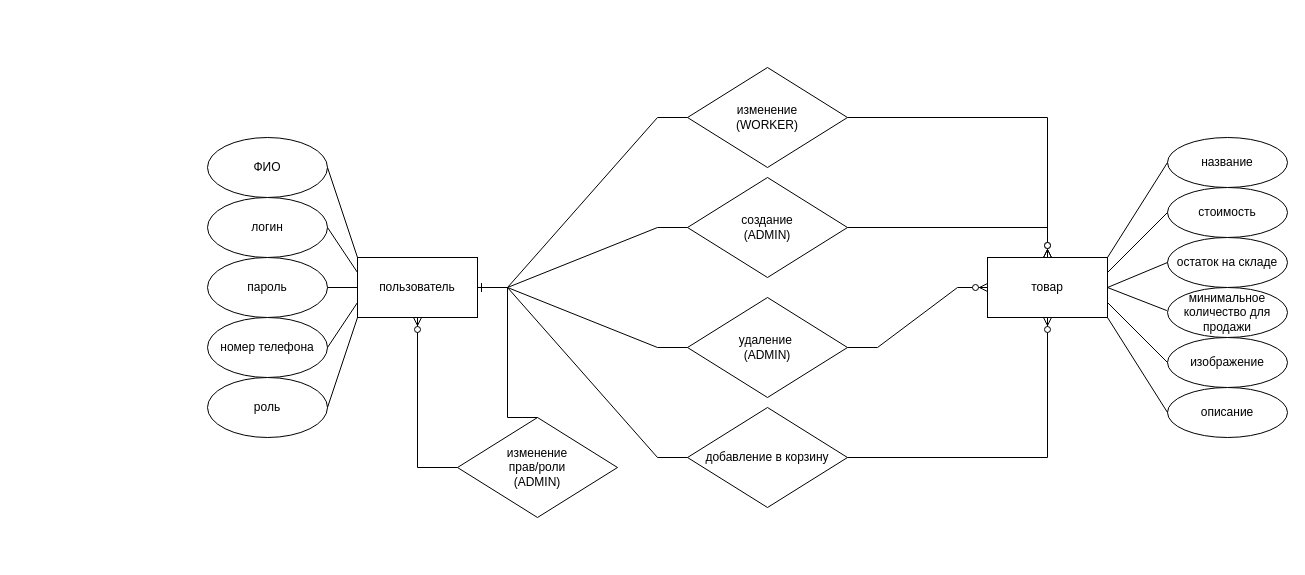
The draw.io diagram Сетевое_программирование/5_Диаграммы/er-диаграмма.drawio in gmorong/Sneaker_Shop, before the edit. Source tidied: cells renumbered, new cells numbered last; positions are measured from the earlier drawing's top-left corner, leaving out a move shared by most shapes. Both pictures are drawn from the tidied source at 100%, with x=0, y=0 at pixel (207, 67).
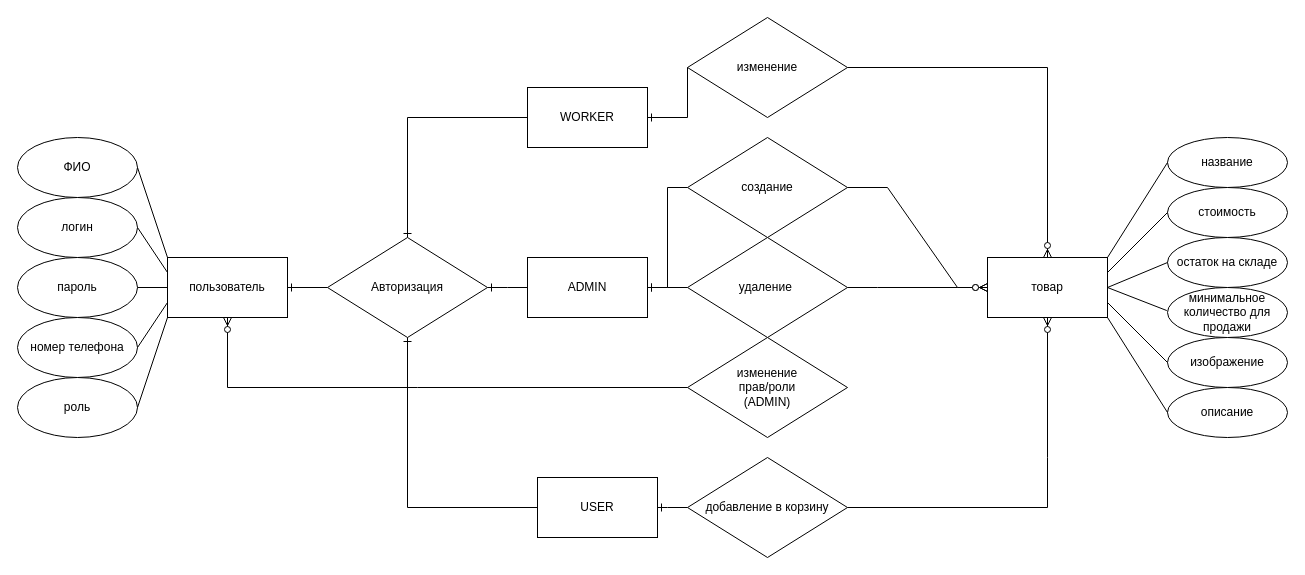
The same diagram, later.

The change refers to these unchanged cells:
```xml
<mxCell id="9" value="товар" style="rounded=0;whiteSpace=wrap;html=1;" parent="1" vertex="1">
  <mxGeometry x="780" y="190" width="120" height="60" as="geometry" />
</mxCell>
```

Diff of the diagram source:
```diff
@@
-    <mxCell id="2" value="изменение&lt;div&gt;(WORKER)&lt;/div&gt;" style="rhombus;whiteSpace=wrap;html=1;" parent="1" vertex="1">
-      <mxGeometry x="480" width="160" height="100" as="geometry" />
+    <mxCell id="2" value="изменение" style="rhombus;whiteSpace=wrap;html=1;" parent="1" vertex="1">
+      <mxGeometry x="480" y="-50" width="160" height="100" as="geometry" />
     </mxCell>
     <mxCell id="3" value="пользователь" style="rounded=0;whiteSpace=wrap;html=1;" parent="1" vertex="1">
-      <mxGeometry x="150" y="190" width="120" height="60" as="geometry" />
+      <mxGeometry x="-40" y="190" width="120" height="60" as="geometry" />
     </mxCell>
     <mxCell id="4" value="ФИО" style="ellipse;whiteSpace=wrap;html=1;" parent="1" vertex="1">
-      <mxGeometry y="70" width="120" height="60" as="geometry" />
+      <mxGeometry x="-190" y="70" width="120" height="60" as="geometry" />
     </mxCell>
     <mxCell id="5" value="логин" style="ellipse;whiteSpace=wrap;html=1;" parent="1" vertex="1">
-      <mxGeometry y="130" width="120" height="60" as="geometry" />
+      <mxGeometry x="-190" y="130" width="120" height="60" as="geometry" />
     </mxCell>
     <mxCell id="6" value="пароль" style="ellipse;whiteSpace=wrap;html=1;" parent="1" vertex="1">
-      <mxGeometry y="190" width="120" height="60" as="geometry" />
+      <mxGeometry x="-190" y="190" width="120" height="60" as="geometry" />
     </mxCell>
     <mxCell id="7" value="номер телефона" style="ellipse;whiteSpace=wrap;html=1;" parent="1" vertex="1">
-      <mxGeometry y="250" width="120" height="60" as="geometry" />
+      <mxGeometry x="-190" y="250" width="120" height="60" as="geometry" />
     </mxCell>
     <mxCell id="8" value="роль" style="ellipse;whiteSpace=wrap;html=1;" parent="1" vertex="1">
-      <mxGeometry y="310" width="120" height="60" as="geometry" />
+      <mxGeometry x="-190" y="310" width="120" height="60" as="geometry" />
     </mxCell>
@@
-    <mxCell id="21" style="edgeStyle=entityRelationEdgeStyle;fontSize=12;html=1;endArrow=ERone;endFill=1;rounded=0;entryX=1;entryY=0.5;entryDx=0;entryDy=0;exitX=0;exitY=0.5;exitDx=0;exitDy=0;" parent="1" edge="1" source="2" target="3">
-      <mxGeometry relative="1" as="geometry" />
+    <mxCell id="21" style="edgeStyle=orthogonalEdgeStyle;fontSize=12;html=1;endArrow=ERone;endFill=1;rounded=0;entryX=1;entryY=0.5;entryDx=0;entryDy=0;exitX=0;exitY=0.5;exitDx=0;exitDy=0;" parent="1" edge="1" source="2" target="44">
+      <mxGeometry relative="1" as="geometry">
+        <Array as="points">
+          <mxPoint x="480" y="50" />
+        </Array>
+      </mxGeometry>
     </mxCell>
@@
-    <mxCell id="28" value="создание&lt;div&gt;(ADMIN)&lt;/div&gt;" style="rhombus;whiteSpace=wrap;html=1;" parent="1" vertex="1">
-      <mxGeometry x="480" y="110" width="160" height="100" as="geometry" />
+    <mxCell id="28" value="создание" style="rhombus;whiteSpace=wrap;html=1;" parent="1" vertex="1">
+      <mxGeometry x="480" y="70" width="160" height="100" as="geometry" />
     </mxCell>
-    <mxCell id="29" value="удаление&amp;nbsp;&lt;div&gt;(ADMIN)&lt;/div&gt;" style="rhombus;whiteSpace=wrap;html=1;" parent="1" vertex="1">
-      <mxGeometry x="480" y="230" width="160" height="100" as="geometry" />
+    <mxCell id="29" value="удаление&amp;nbsp;" style="rhombus;whiteSpace=wrap;html=1;" parent="1" vertex="1">
+      <mxGeometry x="480" y="170" width="160" height="100" as="geometry" />
     </mxCell>
-    <mxCell id="30" style="edgeStyle=entityRelationEdgeStyle;fontSize=12;html=1;endArrow=ERone;endFill=1;rounded=0;exitX=0;exitY=0.5;exitDx=0;exitDy=0;" parent="1" edge="1" source="28" target="3">
-      <mxGeometry relative="1" as="geometry" />
-    </mxCell>
-    <mxCell id="31" style="edgeStyle=entityRelationEdgeStyle;fontSize=12;html=1;endArrow=ERone;endFill=1;rounded=0;" parent="1" edge="1" source="29" target="3">
-      <mxGeometry relative="1" as="geometry">
-        <Array as="points">
-          <mxPoint x="510" y="330" />
-          <mxPoint x="480" y="330" />
-          <mxPoint x="230" y="320" />
-        </Array>
-      </mxGeometry>
-    </mxCell>
     <mxCell id="32" value="изменение&lt;div&gt;прав/&lt;span style=&quot;background-color: initial;&quot;&gt;роли&lt;/span&gt;&lt;div&gt;(ADMIN)&lt;/div&gt;&lt;/div&gt;" style="rhombus;whiteSpace=wrap;html=1;" parent="1" vertex="1">
-      <mxGeometry x="250" y="350" width="160" height="100" as="geometry" />
+      <mxGeometry x="480" y="270" width="160" height="100" as="geometry" />
     </mxCell>
-    <mxCell id="33" style="edgeStyle=entityRelationEdgeStyle;fontSize=12;html=1;endArrow=ERone;endFill=1;rounded=0;exitX=0.5;exitY=0;exitDx=0;exitDy=0;" parent="1" edge="1" source="32" target="3">
-      <mxGeometry relative="1" as="geometry">
-        <Array as="points">
-          <mxPoint x="530" y="400" />
-          <mxPoint x="500" y="400" />
-          <mxPoint x="250" y="390" />
-        </Array>
-      </mxGeometry>
-    </mxCell>
-    <mxCell id="34" style="fontSize=12;html=1;endArrow=ERzeroToMany;endFill=1;rounded=0;exitX=0;exitY=0.5;exitDx=0;exitDy=0;entryX=0.5;entryY=1;entryDx=0;entryDy=0;" parent="1" edge="1" source="32" target="3">
-      <mxGeometry relative="1" as="geometry">
-        <Array as="points">
-          <mxPoint x="210" y="400" />
-        </Array>
-      </mxGeometry>
-    </mxCell>
     <mxCell id="35" value="добавление в корзину" style="rhombus;whiteSpace=wrap;html=1;" parent="1" vertex="1">
-      <mxGeometry x="480" y="340" width="160" height="100" as="geometry" />
+      <mxGeometry x="480" y="390" width="160" height="100" as="geometry" />
     </mxCell>
-    <mxCell id="36" style="edgeStyle=entityRelationEdgeStyle;fontSize=12;html=1;endArrow=ERone;endFill=1;rounded=0;exitX=0;exitY=0.5;exitDx=0;exitDy=0;" parent="1" edge="1" source="35" target="3">
-      <mxGeometry relative="1" as="geometry">
-        <Array as="points">
-          <mxPoint x="520" y="340" />
-          <mxPoint x="490" y="340" />
-          <mxPoint x="240" y="330" />
-        </Array>
-      </mxGeometry>
-    </mxCell>
     <mxCell id="37" style="fontSize=12;html=1;endArrow=ERzeroToMany;endFill=1;rounded=0;entryX=0.5;entryY=1;entryDx=0;entryDy=0;exitX=1;exitY=0.5;exitDx=0;exitDy=0;" parent="1" edge="1" source="35" target="9">
       <mxGeometry relative="1" as="geometry">
         <Array as="points">
+          <mxPoint x="840" y="440" />
           <mxPoint x="840" y="390" />
         </Array>
       </mxGeometry>
     </mxCell>
-    <mxCell id="38" style="fontSize=12;html=1;endArrow=ERzeroToMany;endFill=1;rounded=0;entryX=0.5;entryY=0;entryDx=0;entryDy=0;exitX=1;exitY=0.5;exitDx=0;exitDy=0;" parent="1" edge="1" target="9">
+    <mxCell id="38" style="fontSize=12;html=1;endArrow=ERzeroToMany;endFill=1;rounded=0;entryX=0.5;entryY=0;entryDx=0;entryDy=0;exitX=1;exitY=0.5;exitDx=0;exitDy=0;" parent="1" edge="1" source="2" target="9">
       <mxGeometry relative="1" as="geometry">
-        <mxPoint x="640" y="50" as="sourcePoint" />
         <Array as="points">
-          <mxPoint x="840" y="50" />
+          <mxPoint x="840" />
         </Array>
       </mxGeometry>
     </mxCell>
-    <mxCell id="39" style="fontSize=12;html=1;endArrow=ERzeroToMany;endFill=1;rounded=0;exitX=1;exitY=0.5;exitDx=0;exitDy=0;" parent="1" edge="1" target="9">
+    <mxCell id="39" style="fontSize=12;html=1;endArrow=ERzeroToMany;endFill=1;rounded=0;exitX=1;exitY=0.5;exitDx=0;exitDy=0;entryX=0;entryY=0.5;entryDx=0;entryDy=0;" parent="1" edge="1" source="28" target="9">
       <mxGeometry relative="1" as="geometry">
-        <mxPoint x="640" y="160" as="sourcePoint" />
         <Array as="points">
-          <mxPoint x="840" y="160" />
+          <mxPoint x="680" y="120" />
+          <mxPoint x="750" y="220" />
         </Array>
       </mxGeometry>
     </mxCell>
@@
+    <mxCell id="41" value="Авторизация" style="rhombus;whiteSpace=wrap;html=1;" parent="1" vertex="1">
+      <mxGeometry x="120" y="170" width="160" height="100" as="geometry" />
+    </mxCell>
+    <mxCell id="42" value="USER" style="rounded=0;whiteSpace=wrap;html=1;" parent="1" vertex="1">
+      <mxGeometry x="330" y="410" width="120" height="60" as="geometry" />
+    </mxCell>
+    <mxCell id="43" value="ADMIN" style="rounded=0;whiteSpace=wrap;html=1;" parent="1" vertex="1">
+      <mxGeometry x="320" y="190" width="120" height="60" as="geometry" />
+    </mxCell>
+    <mxCell id="44" value="WORKER" style="rounded=0;whiteSpace=wrap;html=1;" parent="1" vertex="1">
+      <mxGeometry x="320" y="20" width="120" height="60" as="geometry" />
+    </mxCell>
+    <mxCell id="45" style="fontSize=12;html=1;endArrow=ERzeroToMany;endFill=1;rounded=0;exitX=0;exitY=0.5;exitDx=0;exitDy=0;entryX=0.5;entryY=1;entryDx=0;entryDy=0;" parent="1" edge="1" source="32" target="3">
+      <mxGeometry relative="1" as="geometry">
+        <Array as="points">
+          <mxPoint x="210" y="320" />
+          <mxPoint x="20" y="320" />
+        </Array>
+      </mxGeometry>
+    </mxCell>
+    <mxCell id="46" style="edgeStyle=orthogonalEdgeStyle;fontSize=12;html=1;endArrow=ERone;endFill=1;rounded=0;entryX=1;entryY=0.5;entryDx=0;entryDy=0;exitX=0;exitY=0.5;exitDx=0;exitDy=0;" parent="1" edge="1" source="28" target="43">
+      <mxGeometry relative="1" as="geometry">
+        <Array as="points">
+          <mxPoint x="460" y="120" />
+          <mxPoint x="460" y="220" />
+        </Array>
+      </mxGeometry>
+    </mxCell>
+    <mxCell id="47" style="edgeStyle=orthogonalEdgeStyle;fontSize=12;html=1;endArrow=ERone;endFill=1;rounded=0;entryX=1;entryY=0.5;entryDx=0;entryDy=0;exitX=0;exitY=0.5;exitDx=0;exitDy=0;" parent="1" edge="1" source="29" target="43">
+      <mxGeometry relative="1" as="geometry">
+        <Array as="points">
+          <mxPoint x="460" y="220" />
+          <mxPoint x="460" y="220" />
+        </Array>
+      </mxGeometry>
+    </mxCell>
+    <mxCell id="48" style="edgeStyle=orthogonalEdgeStyle;fontSize=12;html=1;endArrow=ERone;endFill=1;rounded=0;entryX=1;entryY=0.5;entryDx=0;entryDy=0;exitX=0;exitY=0.5;exitDx=0;exitDy=0;" parent="1" edge="1" source="35" target="42">
+      <mxGeometry relative="1" as="geometry">
+        <Array as="points">
+          <mxPoint x="460" y="440" />
+          <mxPoint x="460" y="440" />
+        </Array>
+      </mxGeometry>
+    </mxCell>
+    <mxCell id="49" style="edgeStyle=orthogonalEdgeStyle;fontSize=12;html=1;endArrow=ERone;endFill=1;rounded=0;entryX=0.5;entryY=0;entryDx=0;entryDy=0;exitX=0;exitY=0.5;exitDx=0;exitDy=0;" parent="1" edge="1" source="44" target="41">
+      <mxGeometry relative="1" as="geometry">
+        <Array as="points">
+          <mxPoint x="200" y="50" />
+        </Array>
+      </mxGeometry>
+    </mxCell>
+    <mxCell id="50" style="edgeStyle=orthogonalEdgeStyle;fontSize=12;html=1;endArrow=ERone;endFill=1;rounded=0;entryX=1;entryY=0.5;entryDx=0;entryDy=0;exitX=0;exitY=0.5;exitDx=0;exitDy=0;" parent="1" edge="1" source="43" target="41">
+      <mxGeometry relative="1" as="geometry">
+        <Array as="points">
+          <mxPoint x="300" y="220" />
+          <mxPoint x="300" y="220" />
+        </Array>
+      </mxGeometry>
+    </mxCell>
+    <mxCell id="51" style="edgeStyle=orthogonalEdgeStyle;fontSize=12;html=1;endArrow=ERone;endFill=1;rounded=0;entryX=0.5;entryY=1;entryDx=0;entryDy=0;exitX=0;exitY=0.5;exitDx=0;exitDy=0;" parent="1" edge="1" source="42" target="41">
+      <mxGeometry relative="1" as="geometry">
+        <Array as="points">
+          <mxPoint x="200" y="440" />
+        </Array>
+      </mxGeometry>
+    </mxCell>
+    <mxCell id="52" style="edgeStyle=orthogonalEdgeStyle;fontSize=12;html=1;endArrow=ERone;endFill=1;rounded=0;entryX=1;entryY=0.5;entryDx=0;entryDy=0;exitX=0;exitY=0.5;exitDx=0;exitDy=0;" parent="1" edge="1" source="41" target="3">
+      <mxGeometry relative="1" as="geometry" />
+    </mxCell>
```
